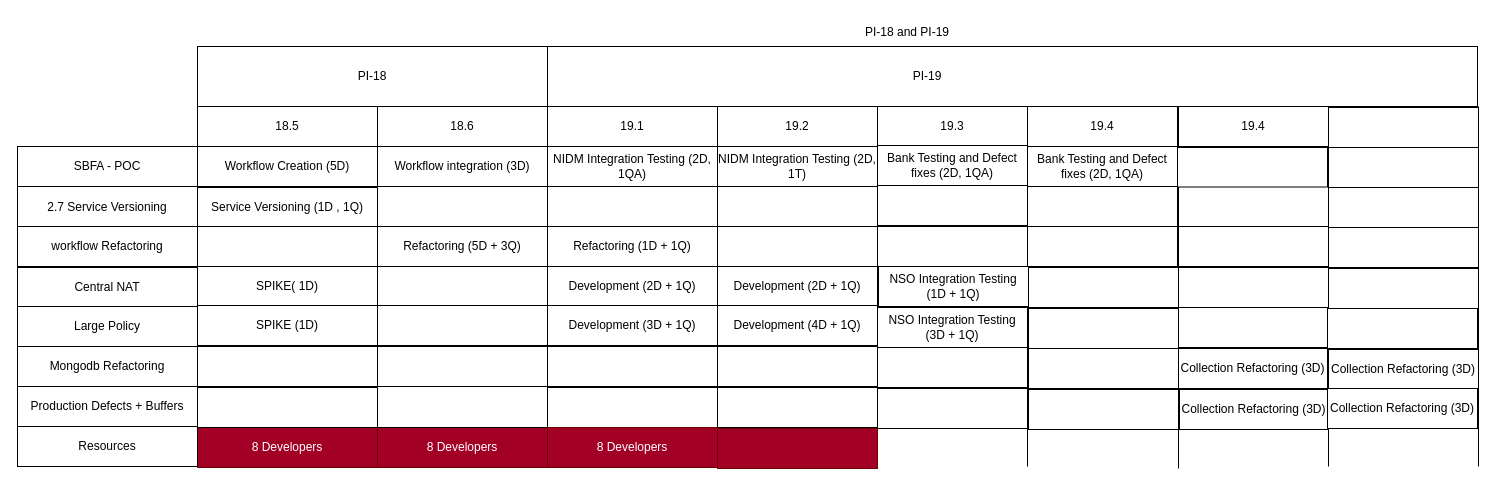
The draw.io diagram page "PI-18 & 19" (10 of 11) of SRF Life Cycle.drawio in nilaratandas/drowInventory, before the edit. Source tidied: cells renumbered, new cells numbered last; positions are measured from the earlier drawing's top-left corner, leaving out a move shared by most shapes. Both pictures are drawn from the tidied source at 100%, with x=0, y=0 at pixel (17, 17).
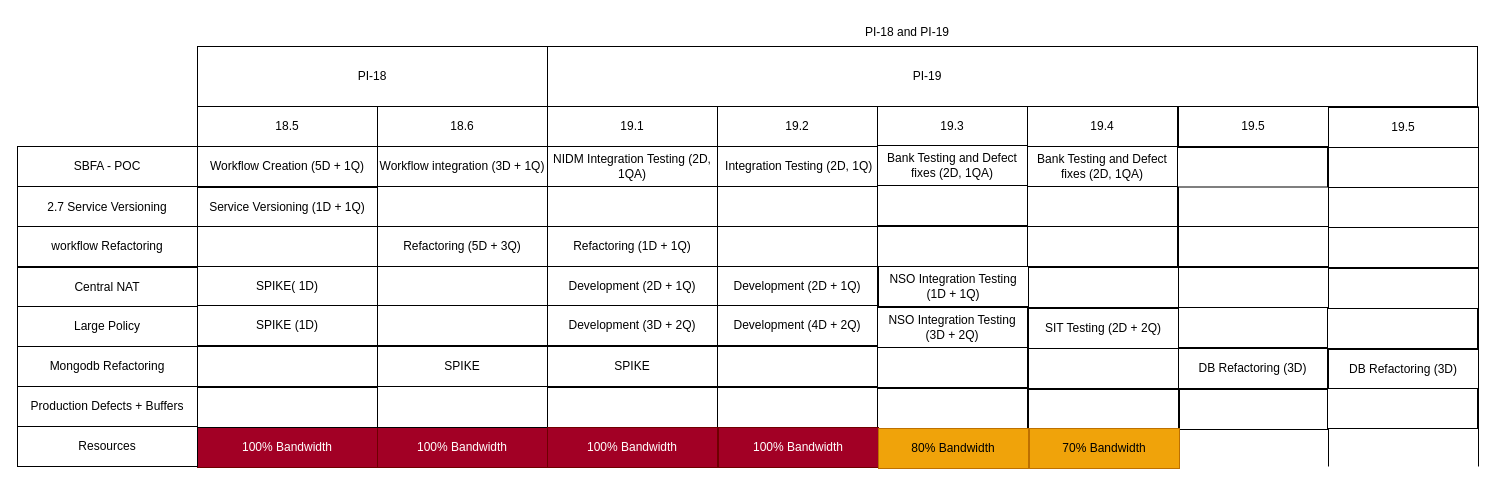
The same diagram, later.

What changed in the source:
```diff
@@
-    <mxCell id="15" value="Service Versioning (1D , 1Q)" style="rounded=0;whiteSpace=wrap;html=1;" parent="1" vertex="1">
+    <mxCell id="15" value="Service Versioning (1D + 1Q)" style="rounded=0;whiteSpace=wrap;html=1;" parent="1" vertex="1">
       <mxGeometry x="180" y="170" width="180" height="39" as="geometry" />
     </mxCell>
@@
-    <mxCell id="17" value="Workflow integration (3D)" style="rounded=0;whiteSpace=wrap;html=1;" parent="1" vertex="1">
+    <mxCell id="17" value="Workflow integration (3D + 1Q)" style="rounded=0;whiteSpace=wrap;html=1;" parent="1" vertex="1">
       <mxGeometry x="360" y="129" width="170" height="40" as="geometry" />
     </mxCell>
@@
-    <mxCell id="20" value="Workflow Creation (5D)" style="rounded=0;whiteSpace=wrap;html=1;" parent="1" vertex="1">
+    <mxCell id="20" value="Workflow Creation (5D + 1Q)" style="rounded=0;whiteSpace=wrap;html=1;" parent="1" vertex="1">
       <mxGeometry x="180" y="129" width="180" height="40" as="geometry" />
     </mxCell>
@@
-    <mxCell id="25" value="NIDM Integration Testing (2D, 1T)" style="rounded=0;whiteSpace=wrap;html=1;" parent="1" vertex="1">
+    <mxCell id="25" value="&amp;nbsp;Integration Testing (2D, 1Q)" style="rounded=0;whiteSpace=wrap;html=1;" parent="1" vertex="1">
       <mxGeometry x="700" y="129" width="160" height="40" as="geometry" />
     </mxCell>
@@
-    <mxCell id="47" value="Development (3D + 1Q)" style="rounded=0;whiteSpace=wrap;html=1;" parent="1" vertex="1">
+    <mxCell id="47" value="Development (3D + 2Q)" style="rounded=0;whiteSpace=wrap;html=1;" parent="1" vertex="1">
       <mxGeometry x="530" y="288" width="170" height="40" as="geometry" />
     </mxCell>
-    <mxCell id="48" value="Development (4D + 1Q)" style="rounded=0;whiteSpace=wrap;html=1;gradientColor=none;fillColor=default;" parent="1" vertex="1">
+    <mxCell id="48" value="Development (4D + 2Q)" style="rounded=0;whiteSpace=wrap;html=1;gradientColor=none;fillColor=default;" parent="1" vertex="1">
       <mxGeometry x="700" y="288" width="160" height="40" as="geometry" />
     </mxCell>
-    <mxCell id="49" style="rounded=0;whiteSpace=wrap;html=1;" parent="1" vertex="1">
+    <mxCell id="49" value="SPIKE" style="rounded=0;whiteSpace=wrap;html=1;" parent="1" vertex="1">
       <mxGeometry x="360" y="329" width="170" height="40" as="geometry" />
     </mxCell>
@@
-    <mxCell id="51" style="rounded=0;whiteSpace=wrap;html=1;" parent="1" vertex="1">
+    <mxCell id="51" value="SPIKE" style="rounded=0;whiteSpace=wrap;html=1;" parent="1" vertex="1">
       <mxGeometry x="530" y="329" width="170" height="40" as="geometry" />
     </mxCell>
@@
-    <mxCell id="54" value="NSO Integration Testing (3D + 1Q)" style="rounded=0;whiteSpace=wrap;html=1;" parent="1" vertex="1">
+    <mxCell id="54" value="NSO Integration Testing (3D + 2Q)" style="rounded=0;whiteSpace=wrap;html=1;" parent="1" vertex="1">
       <mxGeometry x="860" y="290" width="150" height="40" as="geometry" />
     </mxCell>
@@
-    <mxCell id="57" style="rounded=0;whiteSpace=wrap;html=1;" parent="1" vertex="1">
+    <mxCell id="57" value="SIT Testing (2D + 2Q)" style="rounded=0;whiteSpace=wrap;html=1;" parent="1" vertex="1">
       <mxGeometry x="1011" y="291" width="150" height="40" as="geometry" />
     </mxCell>
@@
-    <mxCell id="59" value="8 Developers" style="rounded=0;whiteSpace=wrap;html=1;fillColor=#a20025;fontColor=#ffffff;strokeColor=#6F0000;" parent="1" vertex="1">
+    <mxCell id="59" value="100% Bandwidth" style="rounded=0;whiteSpace=wrap;html=1;fillColor=#a20025;fontColor=#ffffff;strokeColor=#6F0000;" parent="1" vertex="1">
       <mxGeometry x="360" y="410" width="170" height="40" as="geometry" />
     </mxCell>
-    <mxCell id="60" value="8 Developers" style="rounded=0;whiteSpace=wrap;html=1;fillColor=#a20025;fontColor=#ffffff;strokeColor=#6F0000;" parent="1" vertex="1">
+    <mxCell id="60" value="100% Bandwidth" style="rounded=0;whiteSpace=wrap;html=1;fillColor=#a20025;fontColor=#ffffff;strokeColor=#6F0000;" parent="1" vertex="1">
       <mxGeometry x="180" y="410" width="180" height="40" as="geometry" />
     </mxCell>
@@
-    <mxCell id="62" style="rounded=0;whiteSpace=wrap;html=1;gradientColor=none;fillColor=default;" parent="1" vertex="1">
+    <mxCell id="62" style="rounded=0;whiteSpace=wrap;html=1;" parent="1" vertex="1">
       <mxGeometry x="700" y="370" width="160" height="40" as="geometry" />
     </mxCell>
@@
-    <mxCell id="69" value="8 Developers" style="rounded=0;whiteSpace=wrap;html=1;fillColor=#a20025;fontColor=#ffffff;strokeColor=#6F0000;" parent="1" vertex="1">
+    <mxCell id="69" value="100% Bandwidth" style="rounded=0;whiteSpace=wrap;html=1;fillColor=#a20025;fontColor=#ffffff;strokeColor=#6F0000;" parent="1" vertex="1">
       <mxGeometry x="530" y="410" width="170" height="40" as="geometry" />
     </mxCell>
-    <mxCell id="70" style="rounded=0;whiteSpace=wrap;html=1;fillColor=#a20025;fontColor=#ffffff;strokeColor=#6F0000;" parent="1" vertex="1">
-      <mxGeometry x="700" y="411" width="160" height="40" as="geometry" />
+    <mxCell id="70" value="100% Bandwidth" style="rounded=0;whiteSpace=wrap;html=1;fillColor=#a20025;fontColor=#ffffff;strokeColor=#6F0000;" parent="1" vertex="1">
+      <mxGeometry x="701" y="410" width="160" height="40" as="geometry" />
     </mxCell>
-    <mxCell id="71" value="Collection Refactoring (3D)" style="rounded=0;whiteSpace=wrap;html=1;" parent="1" vertex="1">
+    <mxCell id="71" value="DB Refactoring (3D)" style="rounded=0;whiteSpace=wrap;html=1;" parent="1" vertex="1">
       <mxGeometry x="1161" y="331" width="149" height="40" as="geometry" />
     </mxCell>
-    <mxCell id="72" value="19.4" style="rounded=0;whiteSpace=wrap;html=1;" parent="1" vertex="1">
+    <mxCell id="72" value="19.5" style="rounded=0;whiteSpace=wrap;html=1;" parent="1" vertex="1">
       <mxGeometry x="1161" y="89" width="150" height="40" as="geometry" />
     </mxCell>
@@
-    <mxCell id="81" style="rounded=0;whiteSpace=wrap;html=1;" parent="1" vertex="1">
+    <mxCell id="81" value="19.5" style="rounded=0;whiteSpace=wrap;html=1;" parent="1" vertex="1">
       <mxGeometry x="1311" y="90" width="150" height="40" as="geometry" />
     </mxCell>
@@
-    <mxCell id="87" value="Collection Refactoring (3D)" style="rounded=0;whiteSpace=wrap;html=1;" parent="1" vertex="1">
+    <mxCell id="87" value="DB Refactoring (3D)" style="rounded=0;whiteSpace=wrap;html=1;" parent="1" vertex="1">
       <mxGeometry x="1311" y="332" width="150" height="40" as="geometry" />
     </mxCell>
-    <mxCell id="88" value="Collection Refactoring (3D)" style="rounded=0;whiteSpace=wrap;html=1;" parent="1" vertex="1">
+    <mxCell id="88" style="rounded=0;whiteSpace=wrap;html=1;" parent="1" vertex="1">
       <mxGeometry x="1162" y="372" width="149" height="40" as="geometry" />
     </mxCell>
-    <mxCell id="89" value="Collection Refactoring (3D)" style="rounded=0;whiteSpace=wrap;html=1;" parent="1" vertex="1">
+    <mxCell id="89" style="rounded=0;whiteSpace=wrap;html=1;" parent="1" vertex="1">
       <mxGeometry x="1310" y="371" width="150" height="40" as="geometry" />
     </mxCell>
+    <mxCell id="90" value="80% Bandwidth" style="rounded=0;whiteSpace=wrap;html=1;fillColor=#f0a30a;fontColor=#000000;strokeColor=#BD7000;" parent="1" vertex="1">
+      <mxGeometry x="861" y="411" width="150" height="40" as="geometry" />
+    </mxCell>
+    <mxCell id="91" value="70% Bandwidth" style="rounded=0;whiteSpace=wrap;html=1;fillColor=#f0a30a;fontColor=#000000;strokeColor=#BD7000;" parent="1" vertex="1">
+      <mxGeometry x="1012" y="411" width="150" height="40" as="geometry" />
+    </mxCell>
```
